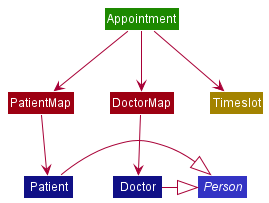
The PlantUML diagram docs/images/AppointmentDiagram.png in nus-cs2103-AY2021S2/tp, before a commit.
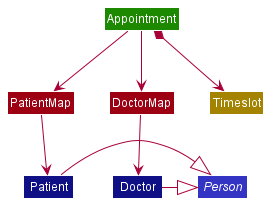
Later version of the same file.

What changed in the source:
```diff
@@ -16,7 +16,7 @@
 Appointment --> DoctorMap
 PatientMap --> Patient
 DoctorMap --> Doctor
-Appointment --> Timeslot
+Appointment *--> Timeslot
 Doctor -|> Person
 Patient -|> Person
 
```
